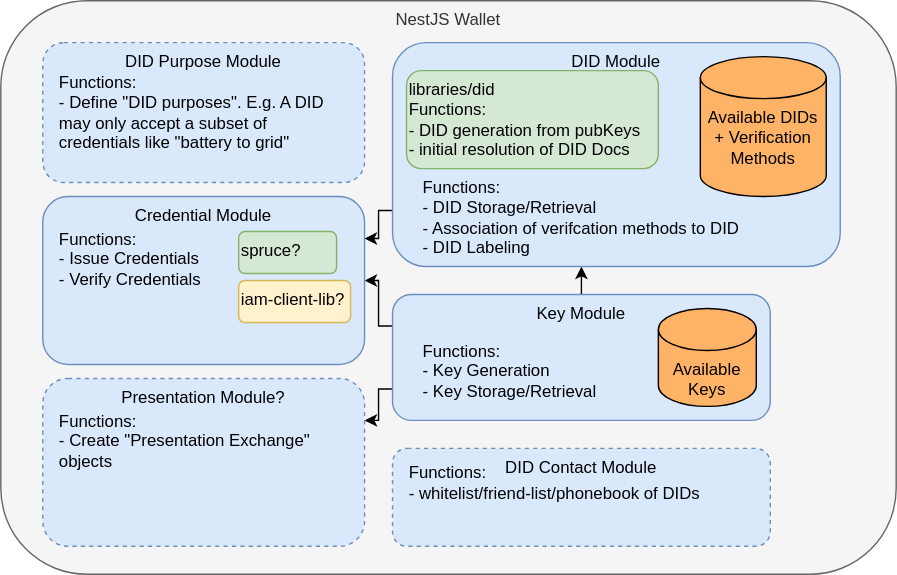
Earlier version of the draw.io export ssi-wallet-architecture.drawio.svg (openwallet-foundation-labs/vc-api). Source tidied: cells renumbered, new cells last; positions are measured from the earlier drawing's top-left corner, leaving out a move shared by most shapes.
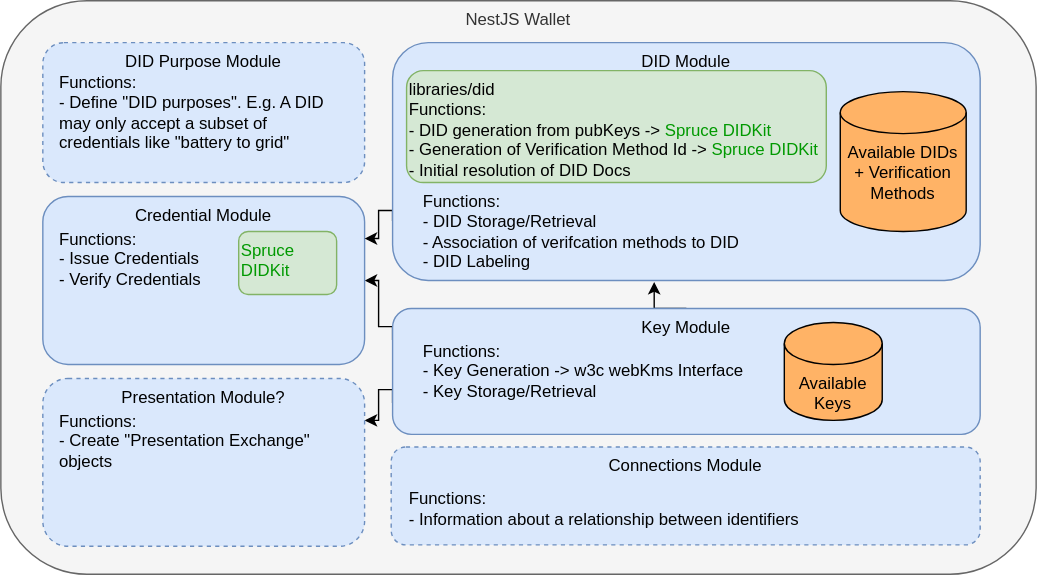
Above is the later version.

Commit message:
docs(README): improve arch diagram + spruce rationale

The edit, as a diff of the source:
```diff
@@ -3,7 +3,7 @@
     <mxCell id="0" />
     <mxCell id="1" parent="0" />
     <mxCell id="2" value="NestJS Wallet" style="rounded=1;whiteSpace=wrap;html=1;verticalAlign=top;fillColor=#f5f5f5;fontColor=#333333;strokeColor=#666666;" parent="1" vertex="1">
-      <mxGeometry width="640" height="410" as="geometry" />
+      <mxGeometry width="740" height="410" as="geometry" />
     </mxCell>
     <mxCell id="3" style="edgeStyle=orthogonalEdgeStyle;jettySize=auto;html=1;exitX=0;exitY=0.75;exitDx=0;exitDy=0;entryX=1;entryY=0.25;entryDx=0;entryDy=0;fontColor=#000000;strokeColor=#000000;rounded=0;" parent="1" edge="1" source="6" target="20">
       <mxGeometry relative="1" as="geometry">
@@ -21,17 +21,17 @@
         </Array>
       </mxGeometry>
     </mxCell>
-    <mxCell id="5" style="edgeStyle=orthogonalEdgeStyle;rounded=0;jettySize=auto;html=1;exitX=0.5;exitY=0;exitDx=0;exitDy=0;entryX=0.5;entryY=1;entryDx=0;entryDy=0;fontColor=#000000;strokeColor=#000000;" parent="1" edge="1" source="6" target="16">
+    <mxCell id="5" style="edgeStyle=orthogonalEdgeStyle;rounded=0;jettySize=auto;html=1;exitX=0.5;exitY=0;exitDx=0;exitDy=0;entryX=0.726;entryY=1.014;entryDx=0;entryDy=0;fontColor=#000000;strokeColor=#000000;entryPerimeter=0;" parent="1" edge="1" source="6" target="16">
       <mxGeometry relative="1" as="geometry" />
     </mxCell>
     <mxCell id="6" value="Key Module" style="rounded=1;whiteSpace=wrap;html=1;verticalAlign=top;fillColor=#dae8fc;strokeColor=#6c8ebf;fontColor=#000000;" parent="1" vertex="1">
-      <mxGeometry x="280" y="210" width="270" height="90" as="geometry" />
+      <mxGeometry x="280" y="220" width="420" height="90" as="geometry" />
     </mxCell>
     <mxCell id="7" value="Available Keys" style="shape=cylinder3;whiteSpace=wrap;html=1;boundedLbl=1;backgroundOutline=1;size=15;verticalAlign=top;fillColor=#FFB366;fontColor=#000000;" parent="1" vertex="1">
-      <mxGeometry x="470" y="220" width="70" height="70" as="geometry" />
+      <mxGeometry x="560" y="230" width="70" height="70" as="geometry" />
     </mxCell>
-    <mxCell id="8" value="Functions:&lt;br&gt;- Key Generation&lt;br&gt;- Key Storage/Retrieval" style="text;html=1;strokeColor=none;fillColor=none;align=left;verticalAlign=middle;whiteSpace=wrap;rounded=0;fontColor=#000000;" parent="1" vertex="1">
-      <mxGeometry x="300" y="240" width="130" height="50" as="geometry" />
+    <mxCell id="8" value="Functions:&lt;br&gt;- Key Generation -&amp;gt; w3c webKms Interface&lt;br&gt;- Key Storage/Retrieval" style="text;html=1;strokeColor=none;fillColor=none;align=left;verticalAlign=middle;whiteSpace=wrap;rounded=0;fontColor=#000000;" parent="1" vertex="1">
+      <mxGeometry x="300" y="240" width="250" height="50" as="geometry" />
     </mxCell>
     <mxCell id="9" value="Credential Module" style="rounded=1;whiteSpace=wrap;html=1;verticalAlign=top;fillColor=#dae8fc;strokeColor=#6c8ebf;fontColor=#000000;" parent="1" vertex="1">
       <mxGeometry x="30" y="140" width="230" height="120" as="geometry" />
@@ -39,9 +39,6 @@
     <mxCell id="10" value="Functions:&lt;br&gt;- Issue Credentials&lt;br&gt;- Verify Credentials" style="text;html=1;strokeColor=none;fillColor=none;align=left;verticalAlign=middle;whiteSpace=wrap;rounded=0;fontColor=#000000;" parent="1" vertex="1">
       <mxGeometry x="40" y="160" width="150" height="50" as="geometry" />
     </mxCell>
-    <mxCell id="11" value="iam-client-lib?" style="rounded=1;whiteSpace=wrap;html=1;align=left;verticalAlign=top;fillColor=#fff2cc;strokeColor=#d6b656;fontColor=#000000;" parent="1" vertex="1">
-      <mxGeometry x="170" y="200" width="80" height="30" as="geometry" />
-    </mxCell>
     <mxCell id="12" style="edgeStyle=orthogonalEdgeStyle;rounded=0;jettySize=auto;html=1;exitX=0;exitY=0.75;exitDx=0;exitDy=0;entryX=1;entryY=0.25;entryDx=0;entryDy=0;fontColor=#000000;strokeColor=#000000;" parent="1" edge="1" source="13" target="9">
       <mxGeometry relative="1" as="geometry">
         <Array as="points">
@@ -51,31 +48,31 @@
       </mxGeometry>
     </mxCell>
     <mxCell id="13" value="DID Module" style="rounded=1;whiteSpace=wrap;html=1;verticalAlign=top;fillColor=#dae8fc;strokeColor=#6c8ebf;fontColor=#030303;" parent="1" vertex="1">
-      <mxGeometry x="280" y="30" width="320" height="160" as="geometry" />
+      <mxGeometry x="280" y="30" width="420" height="170" as="geometry" />
     </mxCell>
-    <mxCell id="14" value="libraries/did&lt;br&gt;Functions:&lt;br&gt;- DID generation from pubKeys&lt;br&gt;- initial resolution of DID Docs" style="rounded=1;whiteSpace=wrap;html=1;align=left;verticalAlign=top;fillColor=#d5e8d4;strokeColor=#82b366;fontColor=#000000;" parent="1" vertex="1">
-      <mxGeometry x="290" y="50" width="180" height="70" as="geometry" />
+    <mxCell id="14" value="libraries/did&lt;br&gt;Functions:&lt;br&gt;- DID generation from pubKeys -&amp;gt; &lt;font color=&quot;#009900&quot;&gt;Spruce DIDKit&lt;br&gt;&lt;/font&gt;- Generation of Verification Method Id -&amp;gt;&amp;nbsp;&lt;span style=&quot;color: rgb(0 , 153 , 0)&quot;&gt;Spruce DIDKit&lt;/span&gt;&lt;br&gt;- Initial resolution of DID Docs" style="rounded=1;whiteSpace=wrap;html=1;align=left;verticalAlign=top;fillColor=#d5e8d4;strokeColor=#82b366;fontColor=#000000;" parent="1" vertex="1">
+      <mxGeometry x="290" y="50" width="300" height="80" as="geometry" />
     </mxCell>
     <mxCell id="15" value="Available DIDs + Verification Methods" style="shape=cylinder3;whiteSpace=wrap;html=1;boundedLbl=1;backgroundOutline=1;size=15;verticalAlign=top;fillColor=#FFB366;fontColor=#000000;" parent="1" vertex="1">
-      <mxGeometry x="500" y="40" width="90" height="100" as="geometry" />
+      <mxGeometry x="600" y="65" width="90" height="100" as="geometry" />
     </mxCell>
     <mxCell id="16" value="Functions:&lt;br&gt;- DID Storage/Retrieval&lt;br&gt;- Association of verifcation methods to DID&lt;br&gt;- DID Labeling" style="text;html=1;strokeColor=none;fillColor=none;align=left;verticalAlign=middle;whiteSpace=wrap;rounded=0;fontColor=#030303;" parent="1" vertex="1">
-      <mxGeometry x="300" y="120" width="230" height="70" as="geometry" />
+      <mxGeometry x="300" y="130" width="230" height="70" as="geometry" />
     </mxCell>
-    <mxCell id="17" value="spruce?" style="rounded=1;whiteSpace=wrap;html=1;align=left;verticalAlign=top;fillColor=#d5e8d4;strokeColor=#82b366;fontColor=#000000;" parent="1" vertex="1">
-      <mxGeometry x="170" y="165" width="70" height="30" as="geometry" />
+    <mxCell id="17" value="&lt;font color=&quot;#009900&quot;&gt;Spruce DIDKit&lt;/font&gt;" style="rounded=1;whiteSpace=wrap;html=1;align=left;verticalAlign=top;fillColor=#d5e8d4;strokeColor=#82b366;fontColor=#000000;" parent="1" vertex="1">
+      <mxGeometry x="170" y="165" width="70" height="45" as="geometry" />
     </mxCell>
     <mxCell id="18" value="DID Purpose Module" style="rounded=1;whiteSpace=wrap;html=1;verticalAlign=top;fillColor=#dae8fc;strokeColor=#6c8ebf;fontColor=#000000;dashed=1;" parent="1" vertex="1">
       <mxGeometry x="30" y="30" width="230" height="100" as="geometry" />
     </mxCell>
-    <mxCell id="19" value="DID Contact Module" style="rounded=1;whiteSpace=wrap;html=1;verticalAlign=top;fillColor=#dae8fc;strokeColor=#6c8ebf;fontColor=#000000;dashed=1;" parent="1" vertex="1">
-      <mxGeometry x="280" y="320" width="270" height="70" as="geometry" />
+    <mxCell id="19" value="Connections Module" style="rounded=1;whiteSpace=wrap;html=1;verticalAlign=top;fillColor=#dae8fc;strokeColor=#6c8ebf;fontColor=#000000;dashed=1;" parent="1" vertex="1">
+      <mxGeometry x="279" y="319" width="421" height="70" as="geometry" />
     </mxCell>
     <mxCell id="20" value="Presentation Module?" style="rounded=1;whiteSpace=wrap;html=1;verticalAlign=top;fillColor=#dae8fc;strokeColor=#6c8ebf;fontColor=#000000;dashed=1;" parent="1" vertex="1">
       <mxGeometry x="30" y="270" width="230" height="120" as="geometry" />
     </mxCell>
-    <mxCell id="21" value="Functions:&lt;br&gt;- whitelist/friend-list/phonebook of DIDs" style="text;html=1;strokeColor=none;fillColor=none;align=left;verticalAlign=middle;whiteSpace=wrap;rounded=0;fontColor=#030303;" parent="1" vertex="1">
-      <mxGeometry x="290" y="315" width="230" height="60" as="geometry" />
+    <mxCell id="21" value="Functions:&lt;br&gt;- Information about a relationship between identifiers" style="text;html=1;strokeColor=none;fillColor=none;align=left;verticalAlign=middle;whiteSpace=wrap;rounded=0;fontColor=#030303;" parent="1" vertex="1">
+      <mxGeometry x="290" y="340" width="340" height="45" as="geometry" />
     </mxCell>
     <mxCell id="22" value="Functions:&lt;br&gt;- Define &quot;DID purposes&quot;. E.g. A DID may only accept a subset of credentials like &quot;battery to grid&quot;" style="text;html=1;strokeColor=none;fillColor=none;align=left;verticalAlign=middle;whiteSpace=wrap;rounded=0;fontColor=#000000;" parent="1" vertex="1">
       <mxGeometry x="40" y="50" width="200" height="60" as="geometry" />
```
